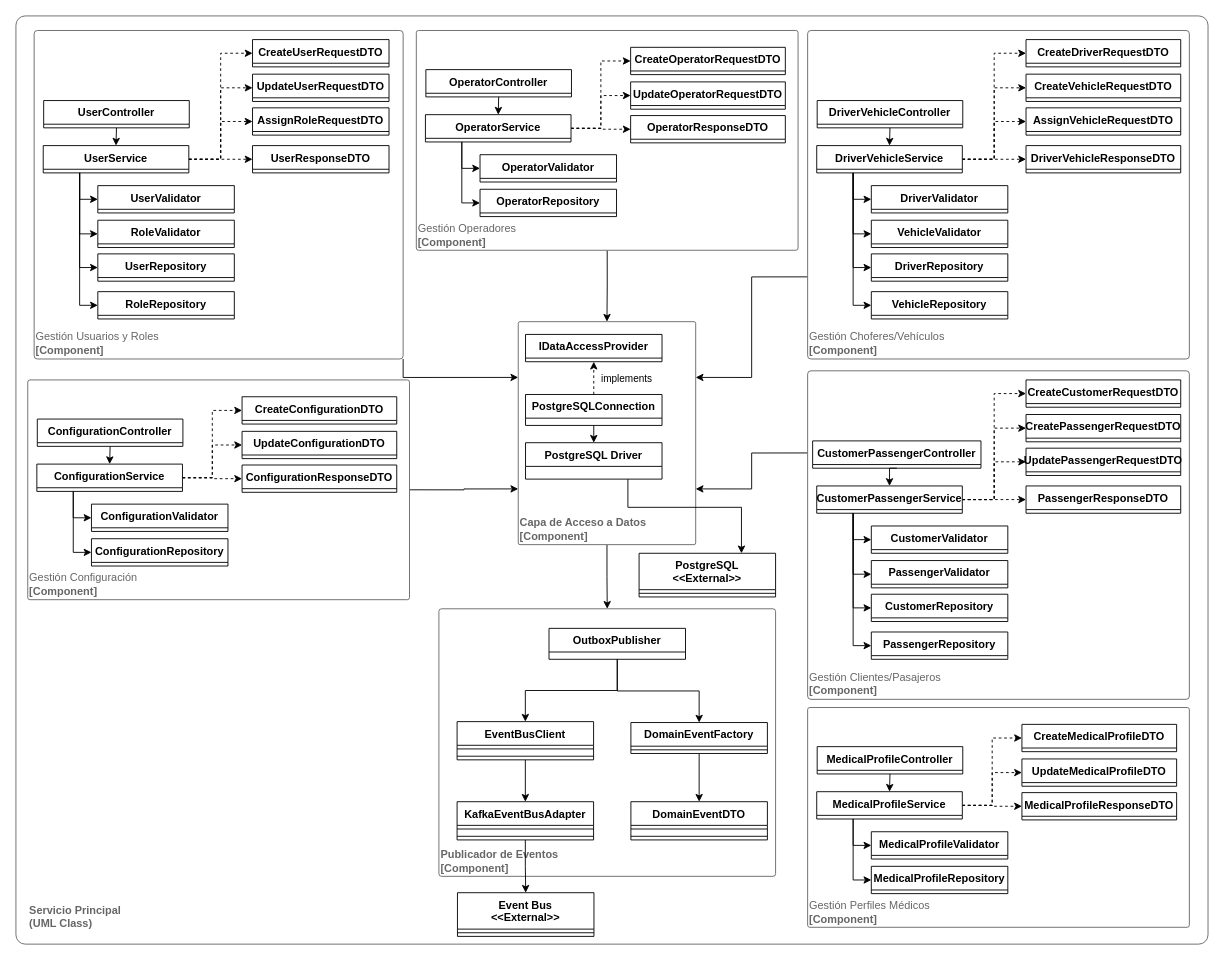
The draw.io diagram page "C4 Code Main Service" (10 of 17) of Diagramas/Diagrama_C4.drawio in tomazoque/pswe-04-proyecto-final, before the edit. Source tidied: cells renumbered, new cells numbered last; positions are measured from the earlier drawing's top-left corner, leaving out a move shared by most shapes. Both pictures are drawn from the tidied source at 91%, with x=0, y=0 at pixel (15, 15).
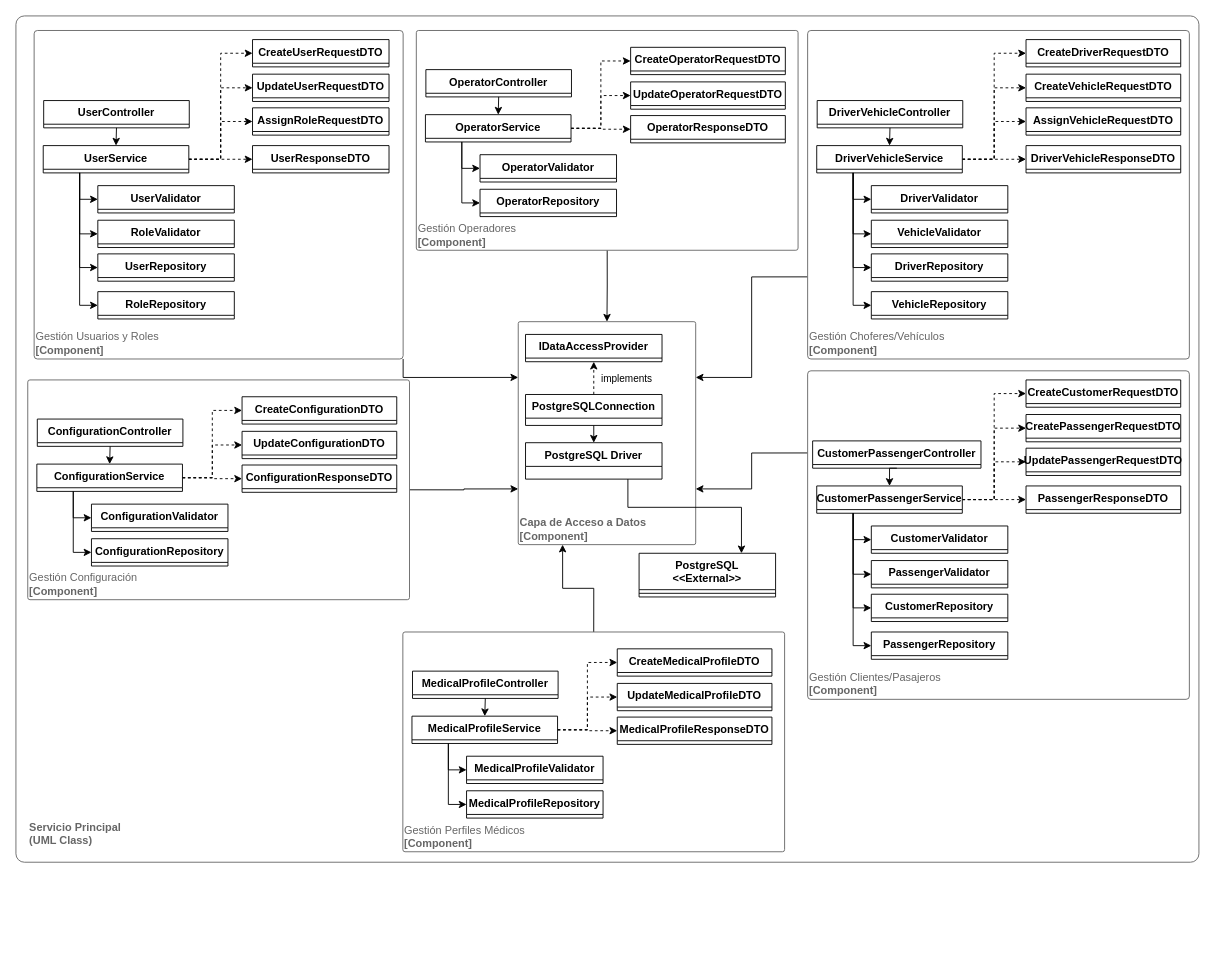
The same page after the edit.

Unchanged cells that the change refers to:
```xml
<mxCell id="28" value="&lt;div style=&quot;text-align: left&quot;&gt;&lt;span style=&quot;background-color: transparent;&quot;&gt;&lt;b&gt;Capa de Acceso a Datos &lt;/b&gt;&lt;/span&gt;&lt;b style=&quot;background-color: transparent; color: light-dark(rgb(102, 102, 102), rgb(149, 149, 149));&quot;&gt;[Component]&lt;/b&gt;&lt;/div&gt;" style="rounded=1;whiteSpace=wrap;html=1;labelBackgroundColor=none;fillColor=#ffffff;align=left;arcSize=1;verticalAlign=bottom;strokeColor=#666666;fontColor=#666666;" parent="1" vertex="1">
  <mxGeometry x="552" y="336" width="195" height="245" as="geometry" />
</mxCell>
```

The edit, as a diff of the source:
```diff
@@
     <mxCell id="2" value="&lt;div style=&quot;text-align: left&quot;&gt;&lt;br&gt;&lt;/div&gt;&lt;div style=&quot;text-align: left&quot;&gt;&lt;br&gt;&lt;/div&gt;" style="rounded=1;whiteSpace=wrap;html=1;labelBackgroundColor=none;fillColor=#ffffff;align=left;arcSize=1;verticalAlign=bottom;strokeColor=#666666;fontColor=#666666;" parent="1" vertex="1">
-      <mxGeometry width="1310" height="1020" as="geometry" />
+      <mxGeometry width="1300" height="930" as="geometry" />
     </mxCell>
@@
-    <mxCell id="5" value="&lt;div style=&quot;text-align: left&quot;&gt;&lt;span style=&quot;background-color: transparent;&quot;&gt;&lt;b&gt;Publicador de Eventos&lt;/b&gt;&lt;/span&gt;&lt;/div&gt;&lt;div style=&quot;text-align: left&quot;&gt;&lt;b style=&quot;background-color: transparent; color: light-dark(rgb(102, 102, 102), rgb(149, 149, 149));&quot;&gt;[Component]&lt;/b&gt;&lt;/div&gt;" style="rounded=1;whiteSpace=wrap;html=1;labelBackgroundColor=none;fillColor=#ffffff;align=left;arcSize=1;verticalAlign=bottom;strokeColor=#666666;fontColor=#666666;" parent="1" vertex="1">
-      <mxGeometry x="464.8" y="651.5" width="370" height="294" as="geometry" />
-    </mxCell>
     <mxCell id="6" value="&lt;div&gt;&lt;span style=&quot;background-color: transparent; color: light-dark(rgb(102, 102, 102), rgb(149, 149, 149));&quot;&gt;Servicio Principal&lt;/span&gt;&lt;/div&gt;&lt;div&gt;&lt;span style=&quot;background-color: transparent; color: light-dark(rgb(102, 102, 102), rgb(149, 149, 149));&quot;&gt;(UML Class)&lt;/span&gt;&lt;/div&gt;" style="text;html=1;align=left;verticalAlign=middle;fontStyle=1;fontColor=#666666;" parent="1" vertex="1">
-      <mxGeometry x="13" y="970" width="120" height="40" as="geometry" />
+      <mxGeometry x="13" y="878.5" width="120" height="40" as="geometry" />
     </mxCell>
-    <mxCell id="7" style="edgeStyle=orthogonalEdgeStyle;rounded=0;jettySize=auto;html=1;exitX=0.5;exitY=1;exitDx=0;exitDy=0;entryX=0.5;entryY=0;entryDx=0;entryDy=0;" parent="1" edge="1" source="9" target="11">
-      <mxGeometry relative="1" as="geometry" />
-    </mxCell>
-    <mxCell id="8" style="edgeStyle=orthogonalEdgeStyle;rounded=0;jettySize=auto;html=1;exitX=0.5;exitY=1;exitDx=0;exitDy=0;entryX=0.5;entryY=0;entryDx=0;entryDy=0;" parent="1" edge="1" source="9" target="15">
-      <mxGeometry relative="1" as="geometry" />
-    </mxCell>
-    <mxCell id="9" value="OutboxPublisher" style="swimlane;fontStyle=1;align=center;verticalAlign=top;horizontal=1;startSize=26;" parent="1" vertex="1">
-      <mxGeometry x="585.8" y="673" width="150" height="34" as="geometry" />
-    </mxCell>
-    <mxCell id="10" style="edgeStyle=orthogonalEdgeStyle;rounded=0;jettySize=auto;html=1;exitX=0.5;exitY=1;exitDx=0;exitDy=0;" parent="1" edge="1" source="11" target="18">
-      <mxGeometry relative="1" as="geometry" />
-    </mxCell>
-    <mxCell id="11" value="EventBusClient                       " style="swimlane;fontStyle=1;align=center;verticalAlign=top;horizontal=1;startSize=26;" parent="1" vertex="1">
-      <mxGeometry x="484.8" y="775.5" width="150" height="42" as="geometry" />
-    </mxCell>
-    <mxCell id="12" style="line;strokeWidth=1;fillColor=none;align=left;verticalAlign=middle;spacingTop=-1;spacingLeft=3;spacingRight=3;labelPosition=right;" parent="11" vertex="1">
-      <mxGeometry y="26" width="150" height="8" as="geometry" />
-    </mxCell>
-    <mxCell id="13" style="line;strokeWidth=1;fillColor=none;align=left;verticalAlign=middle;spacingTop=-1;spacingLeft=3;spacingRight=3;labelPosition=right;" parent="11" vertex="1">
-      <mxGeometry y="34" width="150" height="8" as="geometry" />
-    </mxCell>
-    <mxCell id="14" style="edgeStyle=orthogonalEdgeStyle;rounded=0;jettySize=auto;html=1;exitX=0.5;exitY=1;exitDx=0;exitDy=0;entryX=0.5;entryY=0;entryDx=0;entryDy=0;" parent="1" edge="1" source="15" target="21">
-      <mxGeometry relative="1" as="geometry" />
-    </mxCell>
-    <mxCell id="15" value="DomainEventFactory       " style="swimlane;fontStyle=1;align=center;verticalAlign=top;horizontal=1;startSize=26;" parent="1" vertex="1">
-      <mxGeometry x="675.8" y="776.5" width="150" height="34" as="geometry" />
-    </mxCell>
-    <mxCell id="16" style="line;strokeWidth=1;fillColor=none;align=left;verticalAlign=middle;spacingTop=-1;spacingLeft=3;spacingRight=3;labelPosition=right;" parent="15" vertex="1">
-      <mxGeometry y="26" width="150" height="8" as="geometry" />
-    </mxCell>
-    <mxCell id="17" style="edgeStyle=orthogonalEdgeStyle;rounded=0;jettySize=auto;html=1;exitX=0.5;exitY=1;exitDx=0;exitDy=0;entryX=0.5;entryY=0;entryDx=0;entryDy=0;" parent="1" edge="1" source="18" target="45">
-      <mxGeometry relative="1" as="geometry" />
-    </mxCell>
-    <mxCell id="18" value="KafkaEventBusAdapter      " style="swimlane;fontStyle=1;align=center;verticalAlign=top;horizontal=1;startSize=26;" parent="1" vertex="1">
-      <mxGeometry x="484.8" y="863.5" width="150" height="42" as="geometry" />
-    </mxCell>
-    <mxCell id="19" style="line;strokeWidth=1;fillColor=none;align=left;verticalAlign=middle;spacingTop=-1;spacingLeft=3;spacingRight=3;labelPosition=right;" parent="18" vertex="1">
-      <mxGeometry y="26" width="150" height="8" as="geometry" />
-    </mxCell>
-    <mxCell id="20" style="line;strokeWidth=1;fillColor=none;align=left;verticalAlign=middle;spacingTop=-1;spacingLeft=3;spacingRight=3;labelPosition=right;" parent="18" vertex="1">
-      <mxGeometry y="34" width="150" height="8" as="geometry" />
-    </mxCell>
-    <mxCell id="21" value="DomainEventDTO                    " style="swimlane;fontStyle=1;align=center;verticalAlign=top;horizontal=1;startSize=26;" parent="1" vertex="1">
-      <mxGeometry x="675.8" y="863.5" width="150" height="42" as="geometry" />
-    </mxCell>
-    <mxCell id="22" style="line;strokeWidth=1;fillColor=none;align=left;verticalAlign=middle;spacingTop=-1;spacingLeft=3;spacingRight=3;labelPosition=right;" parent="21" vertex="1">
-      <mxGeometry y="26" width="150" height="8" as="geometry" />
-    </mxCell>
-    <mxCell id="23" style="line;strokeWidth=1;fillColor=none;align=left;verticalAlign=middle;spacingTop=-1;spacingLeft=3;spacingRight=3;labelPosition=right;" parent="21" vertex="1">
-      <mxGeometry y="34" width="150" height="8" as="geometry" />
-    </mxCell>
@@
-    <mxCell id="27" style="edgeStyle=orthogonalEdgeStyle;rounded=0;jettySize=auto;html=1;exitX=0.5;exitY=1;exitDx=0;exitDy=0;entryX=0.5;entryY=0;entryDx=0;entryDy=0;" parent="1" edge="1" source="28" target="5">
-      <mxGeometry relative="1" as="geometry" />
-    </mxCell>
@@
-    <mxCell id="45" value="Event Bus&#10;&lt;&lt;External&gt;&gt;" style="swimlane;fontStyle=1;align=center;verticalAlign=top;horizontal=1;startSize=40;" parent="1" vertex="1">
-      <mxGeometry x="485.2" y="963.5" width="150" height="48" as="geometry" />
-    </mxCell>
-    <mxCell id="46" style="line;strokeWidth=1;fillColor=none;align=left;verticalAlign=middle;spacingTop=-1;spacingLeft=3;spacingRight=3;labelPosition=right;" parent="45" vertex="1">
-      <mxGeometry y="40" width="150" height="8" as="geometry" />
-    </mxCell>
@@
+    <mxCell id="142" style="edgeStyle=orthogonalEdgeStyle;rounded=0;jettySize=auto;html=1;exitX=0.5;exitY=0;exitDx=0;exitDy=0;entryX=0.25;entryY=1;entryDx=0;entryDy=0;" parent="1" edge="1" source="111" target="28">
+      <mxGeometry relative="1" as="geometry" />
+    </mxCell>
     <mxCell id="111" value="&lt;div style=&quot;text-align: left&quot;&gt;&lt;span style=&quot;background-color: transparent; color: light-dark(rgb(102, 102, 102), rgb(149, 149, 149));&quot;&gt;Gestión Perfiles Médicos&lt;/span&gt;&lt;/div&gt;&lt;div style=&quot;text-align: left&quot;&gt;&lt;b style=&quot;background-color: transparent; color: light-dark(rgb(102, 102, 102), rgb(149, 149, 149));&quot;&gt;[Component]&lt;/b&gt;&lt;/div&gt;" style="rounded=1;whiteSpace=wrap;html=1;labelBackgroundColor=none;fillColor=#ffffff;align=left;arcSize=1;verticalAlign=bottom;strokeColor=#666666;fontColor=#666666;" parent="1" vertex="1">
-      <mxGeometry x="870" y="760" width="419.5" height="241.5" as="geometry" />
+      <mxGeometry x="425.2" y="677" width="419.5" height="241.5" as="geometry" />
     </mxCell>
     <mxCell id="112" value="MedicalProfileValidator    " style="swimlane;fontStyle=1;align=center;verticalAlign=top;horizontal=1;startSize=26;" parent="1" vertex="1">
-      <mxGeometry x="940" y="896.5" width="150" height="30" as="geometry" />
+      <mxGeometry x="495.2" y="813.5" width="150" height="30" as="geometry" />
     </mxCell>
     <mxCell id="113" value="MedicalProfileRepository    " style="swimlane;fontStyle=1;align=center;verticalAlign=top;horizontal=1;startSize=26;" parent="1" vertex="1">
-      <mxGeometry x="940" y="934.5" width="150" height="30" as="geometry" />
+      <mxGeometry x="495.2" y="851.5" width="150" height="30" as="geometry" />
     </mxCell>
@@
     <mxCell id="115" style="edgeStyle=orthogonalEdgeStyle;rounded=0;jettySize=auto;html=1;exitX=0.25;exitY=1;exitDx=0;exitDy=0;entryX=0;entryY=0.5;entryDx=0;entryDy=0;" parent="1" edge="1" source="119" target="112">
       <mxGeometry relative="1" as="geometry">
         <Array as="points">
-          <mxPoint x="920" y="911.5" />
+          <mxPoint x="475.2" y="828.5" />
         </Array>
       </mxGeometry>
     </mxCell>
@@
     <mxCell id="119" value="MedicalProfileService" style="swimlane;fontStyle=1;align=center;verticalAlign=top;horizontal=1;startSize=26;" parent="1" vertex="1">
-      <mxGeometry x="880" y="852.5" width="160" height="30" as="geometry" />
+      <mxGeometry x="435.2" y="769.5" width="160" height="30" as="geometry" />
     </mxCell>
@@
     <mxCell id="121" value="MedicalProfileController" style="swimlane;fontStyle=1;align=center;verticalAlign=top;horizontal=1;startSize=26;" parent="1" vertex="1">
-      <mxGeometry x="880.5" y="803" width="160" height="30" as="geometry" />
+      <mxGeometry x="435.8" y="720" width="160" height="30" as="geometry" />
     </mxCell>
     <mxCell id="122" value="CreateMedicalProfileDTO    " style="swimlane;fontStyle=1;align=center;verticalAlign=top;horizontal=1;startSize=26;" parent="1" vertex="1">
-      <mxGeometry x="1105.5" y="778.5" width="170" height="30" as="geometry" />
+      <mxGeometry x="660.8" y="695.5" width="170" height="30" as="geometry" />
     </mxCell>
     <mxCell id="123" value="MedicalProfileResponseDTO          " style="swimlane;fontStyle=1;align=center;verticalAlign=top;horizontal=1;startSize=26;" parent="1" vertex="1">
-      <mxGeometry x="1105.5" y="853.5" width="170" height="30" as="geometry" />
+      <mxGeometry x="660.8" y="770.5" width="170" height="30" as="geometry" />
     </mxCell>
     <mxCell id="124" value="UpdateMedicalProfileDTO    " style="swimlane;fontStyle=1;align=center;verticalAlign=top;horizontal=1;startSize=26;" parent="1" vertex="1">
-      <mxGeometry x="1105.5" y="816.5" width="170" height="30" as="geometry" />
+      <mxGeometry x="660.8" y="733.5" width="170" height="30" as="geometry" />
     </mxCell>
```
